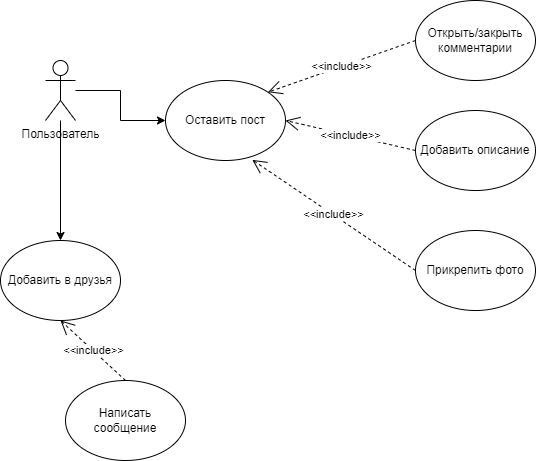
Before: Pet.png, a diagram exported from draw.io (Involuntar/Test). Source tidied: cells renumbered, new cells last; positions are measured from the earlier drawing's top-left corner, leaving out a move shared by most shapes.
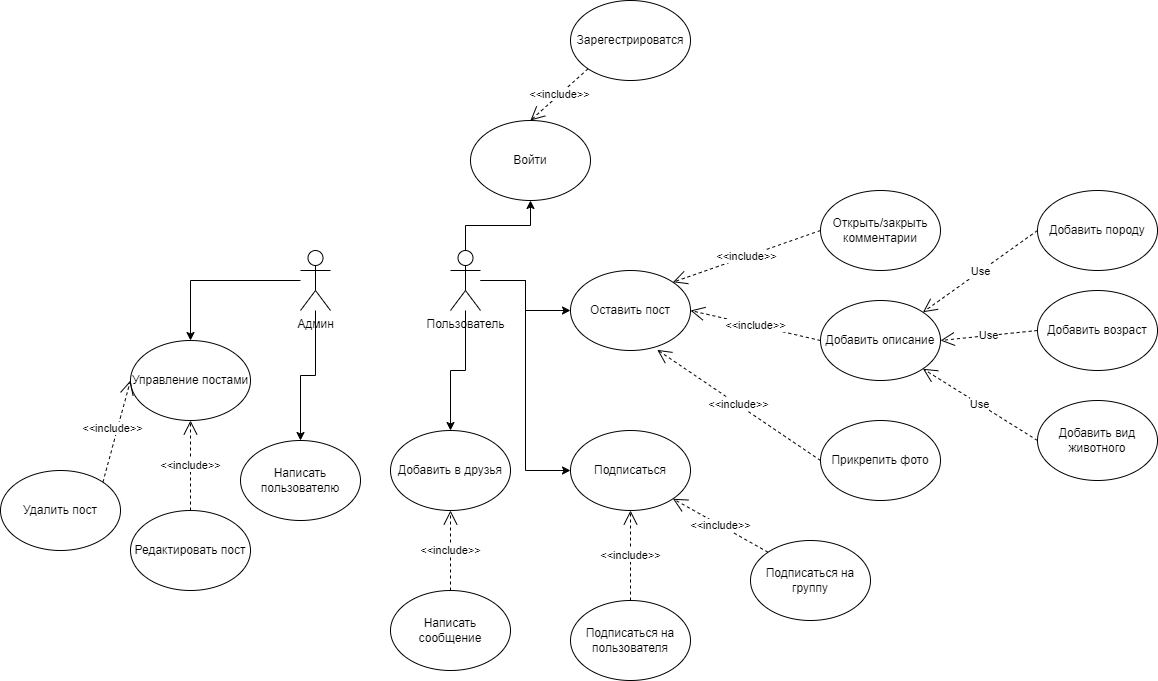
After the commit.

Diff of the diagram source:
```diff
@@ -8,6 +8,12 @@
     <mxCell id="3" style="edgeStyle=orthogonalEdgeStyle;rounded=0;jettySize=auto;html=1;entryX=0.5;entryY=0;entryDx=0;entryDy=0;" parent="1" edge="1" source="4" target="8">
       <mxGeometry relative="1" as="geometry" />
     </mxCell>
+    <mxCell id="15" style="edgeStyle=orthogonalEdgeStyle;rounded=0;jettySize=auto;html=1;entryX=0;entryY=0.5;entryDx=0;entryDy=0;" parent="1" edge="1" source="4" target="26">
+      <mxGeometry relative="1" as="geometry" />
+    </mxCell>
+    <mxCell id="16" style="edgeStyle=orthogonalEdgeStyle;rounded=0;jettySize=auto;html=1;entryX=0.5;entryY=1;entryDx=0;entryDy=0;" parent="1" edge="1" source="4" target="37">
+      <mxGeometry relative="1" as="geometry" />
+    </mxCell>
     <mxCell id="4" value="Пользователь" style="shape=umlActor;verticalLabelPosition=bottom;verticalAlign=top;html=1;outlineConnect=0;" parent="1" vertex="1">
       <mxGeometry x="45" y="60" width="30" height="60" as="geometry" />
     </mxCell>
@@ -21,7 +27,7 @@
       <mxGeometry x="415" y="110" width="120" height="80" as="geometry" />
     </mxCell>
     <mxCell id="8" value="Добавить в друзья" style="ellipse;whiteSpace=wrap;html=1;" parent="1" vertex="1">
-      <mxGeometry y="240" width="120" height="80" as="geometry" />
+      <mxGeometry x="-15" y="240" width="120" height="80" as="geometry" />
     </mxCell>
     <mxCell id="9" value="&amp;lt;&amp;lt;include&amp;gt;&amp;gt;" style="endArrow=open;endSize=12;dashed=1;html=1;rounded=0;exitX=0;exitY=0.5;exitDx=0;exitDy=0;entryX=1;entryY=0;entryDx=0;entryDy=0;" parent="1" edge="1" source="6" target="5">
       <mxGeometry relative="1" as="geometry" />
@@ -36,10 +42,79 @@
       <mxGeometry relative="1" as="geometry" />
     </mxCell>
     <mxCell id="13" value="Написать сообщение" style="ellipse;whiteSpace=wrap;html=1;" parent="1" vertex="1">
-      <mxGeometry x="65" y="380" width="120" height="80" as="geometry" />
+      <mxGeometry x="-15" y="400" width="120" height="80" as="geometry" />
     </mxCell>
     <mxCell id="14" value="&amp;lt;&amp;lt;include&amp;gt;&amp;gt;" style="endArrow=open;endSize=12;dashed=1;html=1;rounded=0;entryX=0.5;entryY=1;entryDx=0;entryDy=0;exitX=0.5;exitY=0;exitDx=0;exitDy=0;" parent="1" edge="1" source="13" target="8">
       <mxGeometry relative="1" as="geometry" />
     </mxCell>
+    <mxCell id="17" style="edgeStyle=orthogonalEdgeStyle;rounded=0;jettySize=auto;html=1;entryX=0.5;entryY=0;entryDx=0;entryDy=0;" parent="1" edge="1" source="19" target="20">
+      <mxGeometry relative="1" as="geometry" />
+    </mxCell>
+    <mxCell id="18" style="edgeStyle=orthogonalEdgeStyle;rounded=0;jettySize=auto;html=1;entryX=0.5;entryY=0;entryDx=0;entryDy=0;" parent="1" edge="1" source="19" target="25">
+      <mxGeometry relative="1" as="geometry" />
+    </mxCell>
+    <mxCell id="19" value="Админ" style="shape=umlActor;verticalLabelPosition=bottom;verticalAlign=top;html=1;outlineConnect=0;" parent="1" vertex="1">
+      <mxGeometry x="-105" y="60" width="30" height="60" as="geometry" />
+    </mxCell>
+    <mxCell id="20" value="Управление постами" style="ellipse;whiteSpace=wrap;html=1;" parent="1" vertex="1">
+      <mxGeometry x="-275" y="150" width="120" height="80" as="geometry" />
+    </mxCell>
+    <mxCell id="21" value="Редактировать пост" style="ellipse;whiteSpace=wrap;html=1;" parent="1" vertex="1">
+      <mxGeometry x="-275" y="320" width="120" height="80" as="geometry" />
+    </mxCell>
+    <mxCell id="22" value="Удалить пост" style="ellipse;whiteSpace=wrap;html=1;" parent="1" vertex="1">
+      <mxGeometry x="-405" y="280" width="120" height="80" as="geometry" />
+    </mxCell>
+    <mxCell id="23" value="&amp;lt;&amp;lt;include&amp;gt;&amp;gt;" style="endArrow=open;endSize=12;dashed=1;html=1;rounded=0;entryX=0;entryY=0.5;entryDx=0;entryDy=0;exitX=1;exitY=0;exitDx=0;exitDy=0;" parent="1" edge="1" source="22" target="20">
+      <mxGeometry x="0.02" y="5" relative="1" as="geometry" />
+    </mxCell>
+    <mxCell id="24" value="&amp;lt;&amp;lt;include&amp;gt;&amp;gt;" style="endArrow=open;endSize=12;dashed=1;html=1;rounded=0;entryX=0.5;entryY=1;entryDx=0;entryDy=0;exitX=0.5;exitY=0;exitDx=0;exitDy=0;" parent="1" edge="1" source="21" target="20">
+      <mxGeometry relative="1" as="geometry" />
+    </mxCell>
+    <mxCell id="25" value="Написать пользователю" style="ellipse;whiteSpace=wrap;html=1;" parent="1" vertex="1">
+      <mxGeometry x="-165" y="250" width="120" height="80" as="geometry" />
+    </mxCell>
+    <mxCell id="26" value="Подписаться" style="ellipse;whiteSpace=wrap;html=1;" parent="1" vertex="1">
+      <mxGeometry x="165" y="240" width="120" height="80" as="geometry" />
+    </mxCell>
+    <mxCell id="27" value="Подписаться на группу" style="ellipse;whiteSpace=wrap;html=1;" parent="1" vertex="1">
+      <mxGeometry x="345" y="350" width="120" height="80" as="geometry" />
+    </mxCell>
+    <mxCell id="28" value="Подписаться на пользователя" style="ellipse;whiteSpace=wrap;html=1;" parent="1" vertex="1">
+      <mxGeometry x="165" y="410" width="120" height="80" as="geometry" />
+    </mxCell>
+    <mxCell id="29" value="&amp;lt;&amp;lt;include&amp;gt;&amp;gt;" style="endArrow=open;endSize=12;dashed=1;html=1;rounded=0;entryX=0.5;entryY=1;entryDx=0;entryDy=0;exitX=0.5;exitY=0;exitDx=0;exitDy=0;" parent="1" edge="1" source="28" target="26">
+      <mxGeometry relative="1" as="geometry" />
+    </mxCell>
+    <mxCell id="30" value="&amp;lt;&amp;lt;include&amp;gt;&amp;gt;" style="endArrow=open;endSize=12;dashed=1;html=1;rounded=0;entryX=1;entryY=1;entryDx=0;entryDy=0;exitX=0;exitY=0;exitDx=0;exitDy=0;" parent="1" edge="1" source="27" target="26">
+      <mxGeometry relative="1" as="geometry" />
+    </mxCell>
+    <mxCell id="31" value="Добавить породу" style="ellipse;whiteSpace=wrap;html=1;" parent="1" vertex="1">
+      <mxGeometry x="632" width="120" height="80" as="geometry" />
+    </mxCell>
+    <mxCell id="32" value="Добавить возраст" style="ellipse;whiteSpace=wrap;html=1;" parent="1" vertex="1">
+      <mxGeometry x="632" y="100" width="120" height="80" as="geometry" />
+    </mxCell>
+    <mxCell id="33" value="Добавить вид животного" style="ellipse;whiteSpace=wrap;html=1;" parent="1" vertex="1">
+      <mxGeometry x="632" y="210" width="120" height="80" as="geometry" />
+    </mxCell>
+    <mxCell id="34" value="Use" style="endArrow=open;endSize=12;dashed=1;html=1;rounded=0;entryX=1;entryY=0;entryDx=0;entryDy=0;exitX=0;exitY=0.5;exitDx=0;exitDy=0;" parent="1" edge="1" source="31" target="7">
+      <mxGeometry relative="1" as="geometry" />
+    </mxCell>
+    <mxCell id="35" value="Use" style="endArrow=open;endSize=12;dashed=1;html=1;rounded=0;entryX=1;entryY=0.5;entryDx=0;entryDy=0;exitX=0;exitY=0.5;exitDx=0;exitDy=0;" parent="1" edge="1" source="32" target="7">
+      <mxGeometry relative="1" as="geometry" />
+    </mxCell>
+    <mxCell id="36" value="Use" style="endArrow=open;endSize=12;dashed=1;html=1;rounded=0;entryX=1;entryY=1;entryDx=0;entryDy=0;exitX=0;exitY=0.5;exitDx=0;exitDy=0;" parent="1" edge="1" source="33" target="7">
+      <mxGeometry relative="1" as="geometry" />
+    </mxCell>
+    <mxCell id="37" value="Войти" style="ellipse;whiteSpace=wrap;html=1;" parent="1" vertex="1">
+      <mxGeometry x="65" y="-70" width="120" height="80" as="geometry" />
+    </mxCell>
+    <mxCell id="38" value="&amp;lt;&amp;lt;include&amp;gt;&amp;gt;" style="endArrow=open;endSize=12;dashed=1;html=1;rounded=0;entryX=0.5;entryY=0;entryDx=0;entryDy=0;exitX=0;exitY=1;exitDx=0;exitDy=0;" parent="1" edge="1" source="39" target="37">
+      <mxGeometry relative="1" as="geometry" />
+    </mxCell>
+    <mxCell id="39" value="Зарегестрироватся" style="ellipse;whiteSpace=wrap;html=1;" parent="1" vertex="1">
+      <mxGeometry x="165" y="-190" width="120" height="80" as="geometry" />
+    </mxCell>
   </root>
 </mxGraphModel>
```
